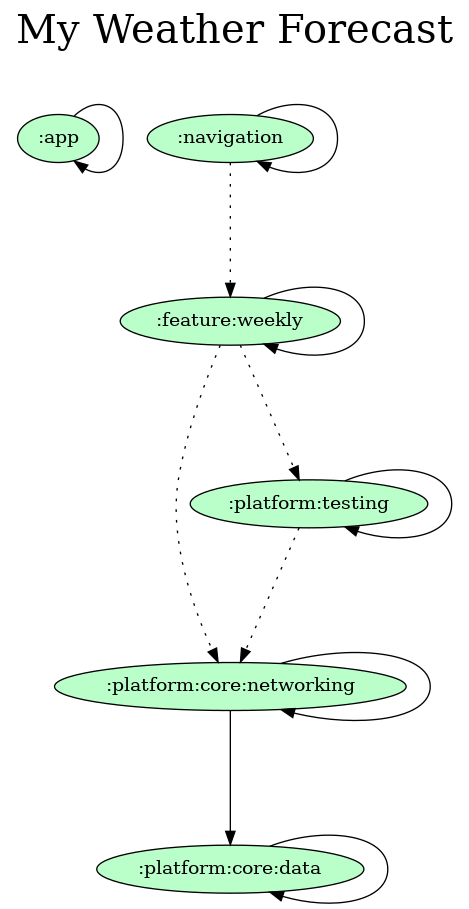
Above: gradle/dependency-graph/project.dot.png in orogersilva/myweatherforecast (Graphviz), before the change. Its source is kept beside it as gradle/dependency-graph/project.dot.
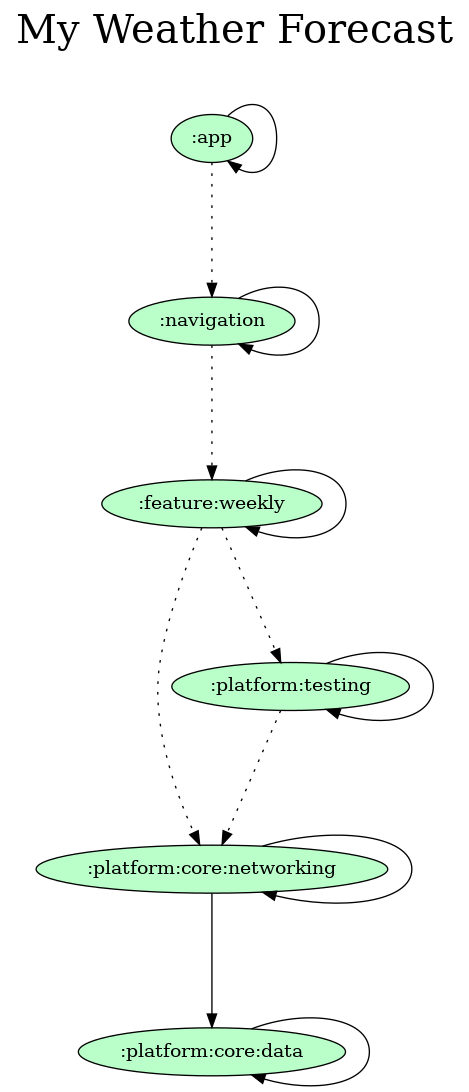
The same diagram one commit later.

Commit message:
docs: Updating dependency graph

What changed in the source:
```diff
@@ -17,6 +17,7 @@
   # Dependencies
 
   ":app" -> ":app"
+  ":app" -> ":navigation" [style=dotted]
   ":navigation" -> ":navigation"
   ":navigation" -> ":feature:weekly" [style=dotted]
   ":feature:weekly" -> ":feature:weekly"
```
